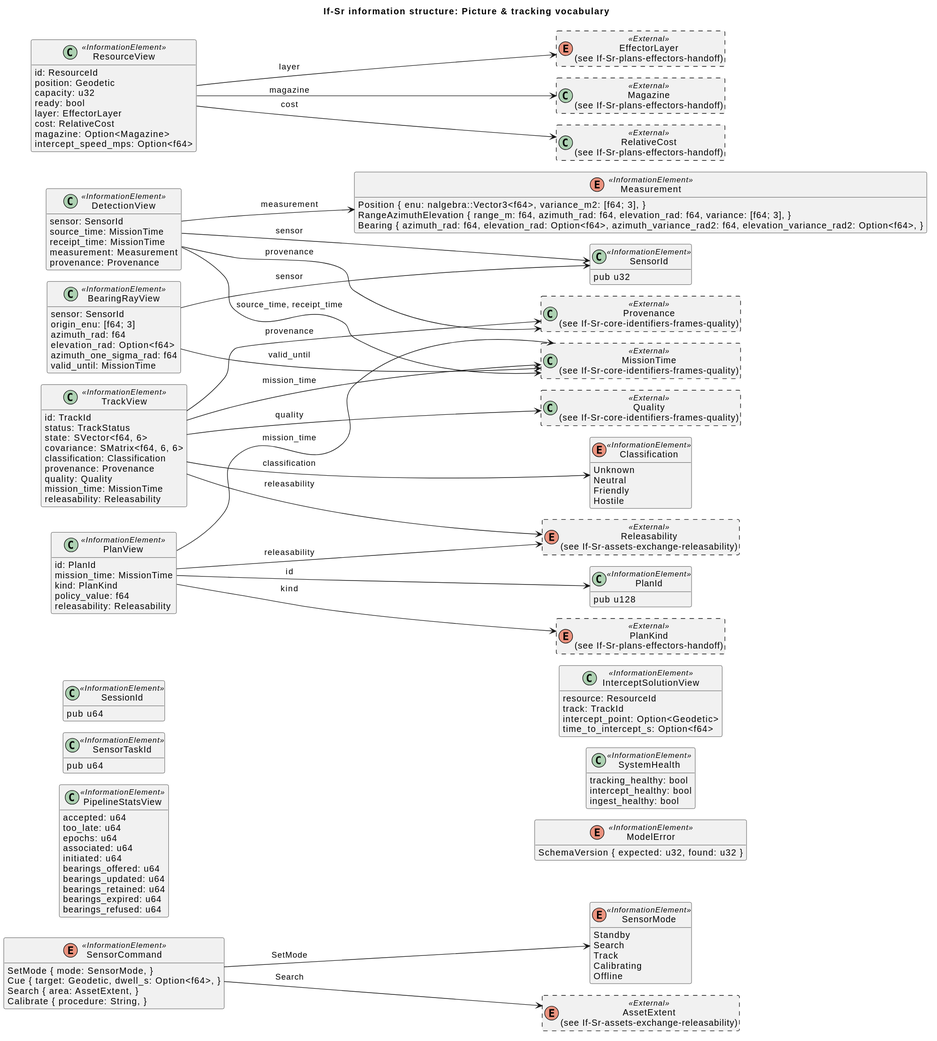
This is docs/architecture/uaf/rendered/information/If-Sr-picture-tracking-vocabulary.svg from WayneRoessling/gungnir, a PlantUML export, as it was before one commit.
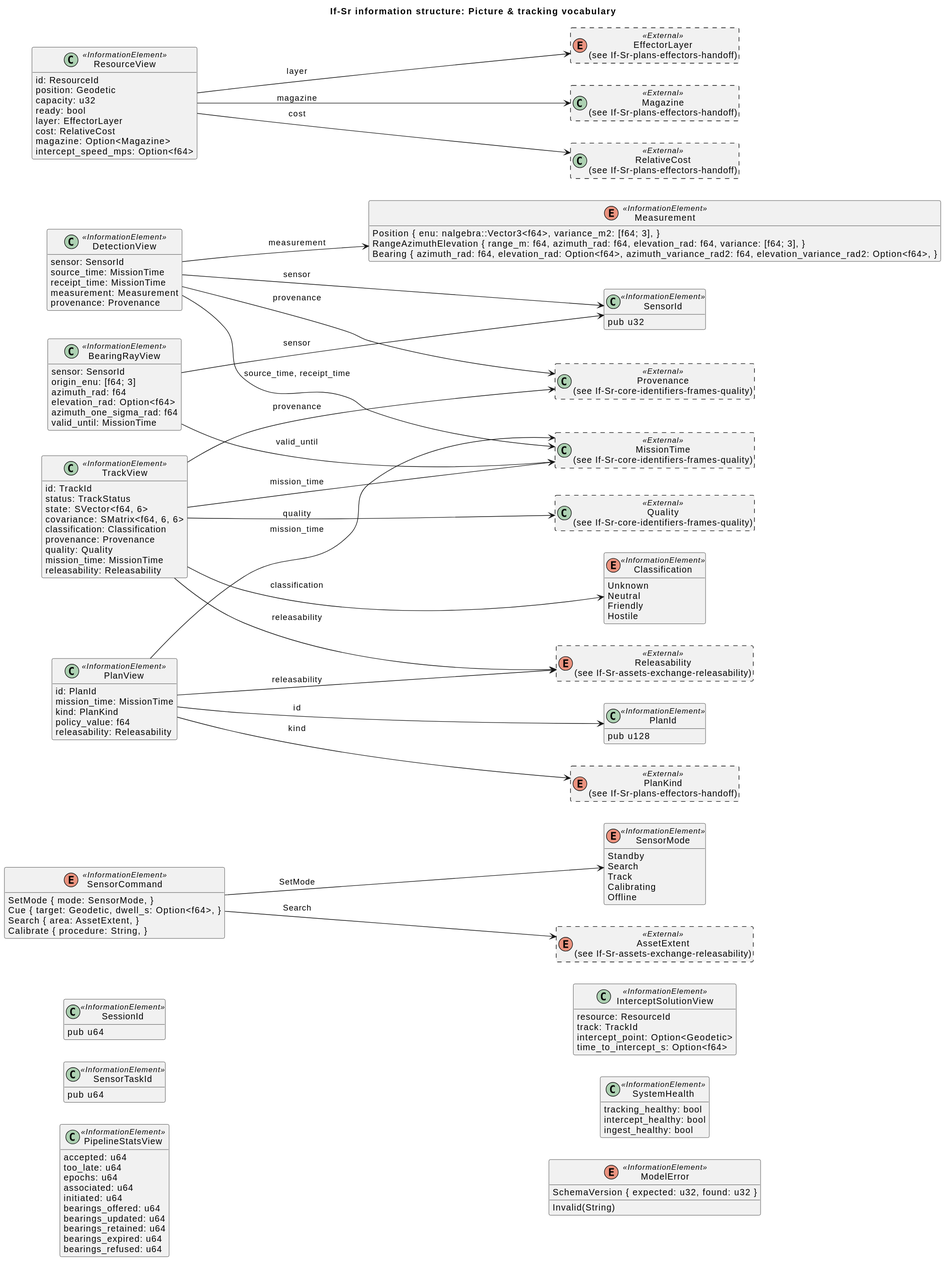
The same file after the commit.

Diff of the diagram source:
```diff
@@ -1,7 +1,6 @@
 @startuml
 title If-Sr information structure: Picture & tracking vocabulary
 left to right direction
-!pragma layout smetana
 hide empty members
 skinparam classAttributeIconSize 0
 enum "SensorMode" as SensorMode <<InformationElement>> {
@@ -108,6 +107,7 @@
 }
 enum "ModelError" as ModelError <<InformationElement>> {
   SchemaVersion { expected: u32, found: u32 }
+  Invalid(String)
 }
 enum "AssetExtent\n(see If-Sr-assets-exchange-releasability)" as AssetExtent <<External>> #line.dashed {
 }
```
